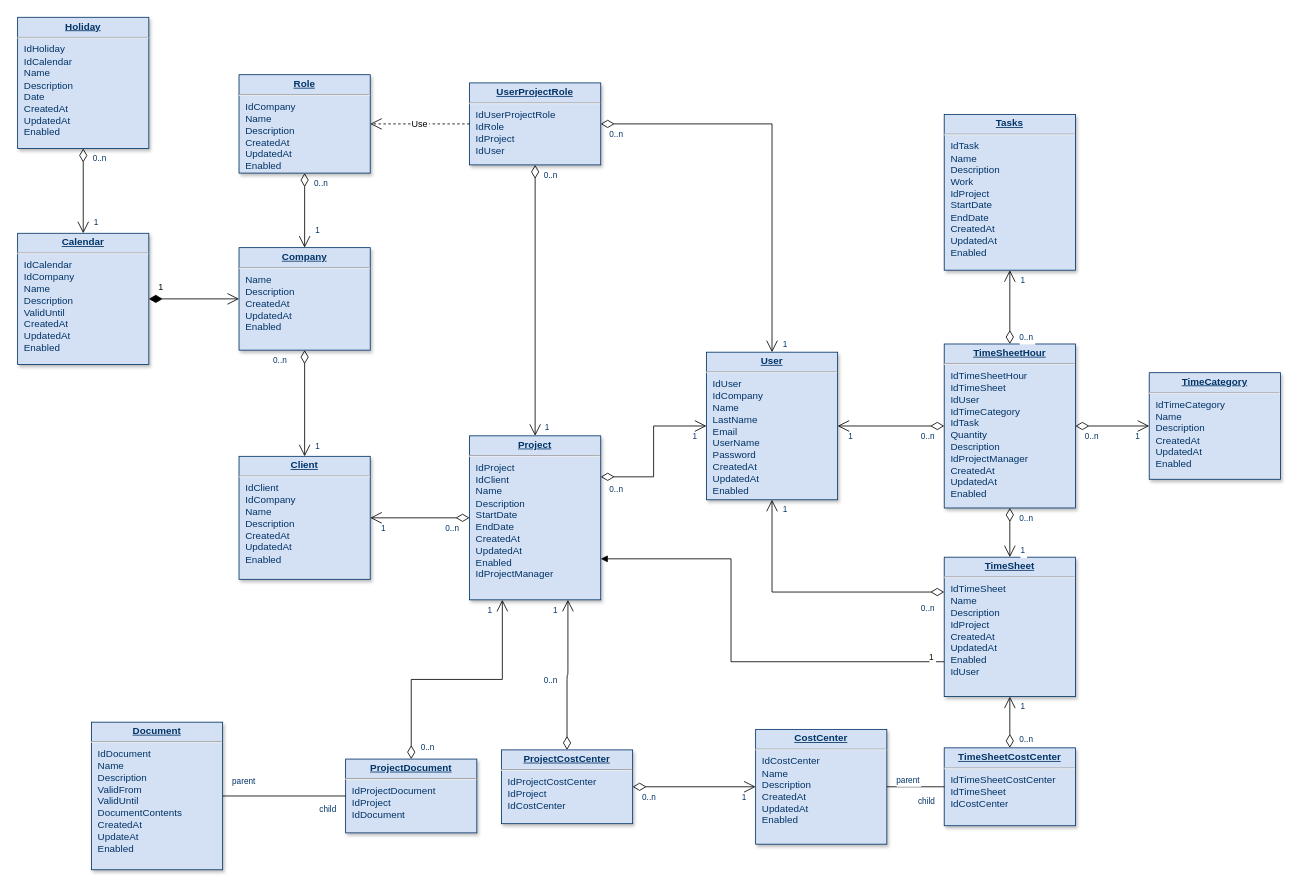
flyingleaf886/MyDesign keeps this draw.io diagram as 金融资产模型.drawio. Above is the earlier version. Source tidied: cells renumbered, new cells numbered last; positions are measured from the earlier drawing's top-left corner, leaving out a move shared by most shapes. Both pictures are drawn from the tidied source at 82%, with x=0, y=0 at pixel (17, 17).
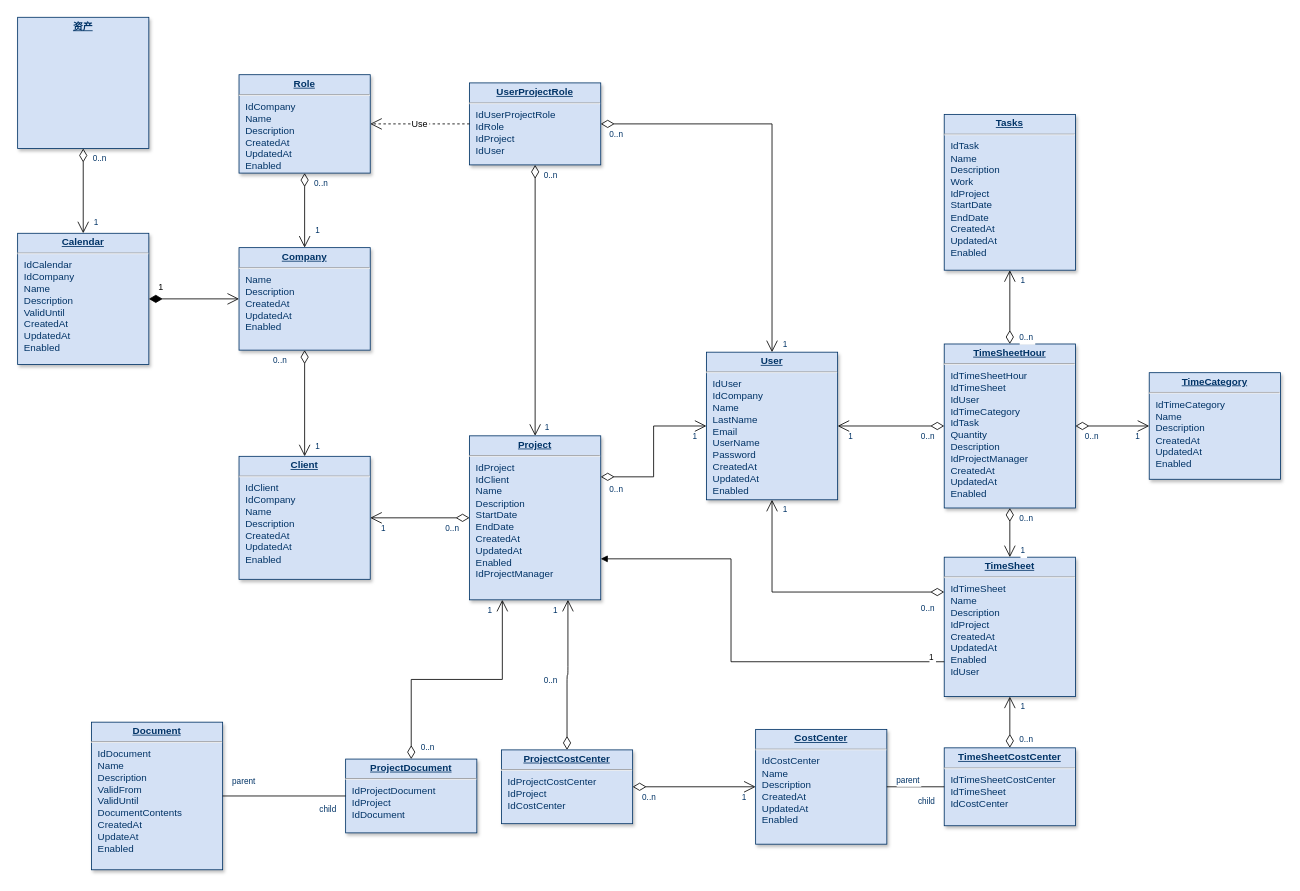
The same page after the edit.

Commit message:
更新金融资产模型.drawio

The edit, as a diff of the source:
```diff
@@
-    <mxCell id="8" value="&lt;p style=&quot;margin: 0px; margin-top: 4px; text-align: center; text-decoration: underline;&quot;&gt;&lt;strong&gt;Holiday&lt;/strong&gt;&lt;/p&gt;&lt;hr /&gt;&lt;p style=&quot;margin: 0px; margin-left: 8px;&quot;&gt;IdHoliday&lt;/p&gt;&lt;p style=&quot;margin: 0px; margin-left: 8px;&quot;&gt;IdCalendar&lt;/p&gt;&lt;p style=&quot;margin: 0px; margin-left: 8px;&quot;&gt;Name&lt;/p&gt;&lt;p style=&quot;margin: 0px; margin-left: 8px;&quot;&gt;Description&lt;/p&gt;&lt;p style=&quot;margin: 0px; margin-left: 8px;&quot;&gt;Date&lt;/p&gt;&lt;p style=&quot;margin: 0px; margin-left: 8px;&quot;&gt;CreatedAt&lt;/p&gt;&lt;p style=&quot;margin: 0px; margin-left: 8px;&quot;&gt;UpdatedAt&lt;/p&gt;&lt;p style=&quot;margin: 0px; margin-left: 8px;&quot;&gt;Enabled&lt;/p&gt;" style="verticalAlign=top;align=left;overflow=fill;fontSize=12;fontFamily=Helvetica;html=1;strokeColor=#003366;shadow=1;fillColor=#D4E1F5;fontColor=#003366;" parent="1" vertex="1">
+    <mxCell id="8" value="&lt;p style=&quot;margin: 0px ; margin-top: 4px ; text-align: center ; text-decoration: underline&quot;&gt;&lt;b&gt;资产&lt;/b&gt;&lt;/p&gt;" style="verticalAlign=top;align=left;overflow=fill;fontSize=12;fontFamily=Helvetica;html=1;strokeColor=#003366;shadow=1;fillColor=#D4E1F5;fontColor=#003366;" parent="1" vertex="1">
       <mxGeometry y="-0.4" width="160" height="160" as="geometry" />
     </mxCell>
```
